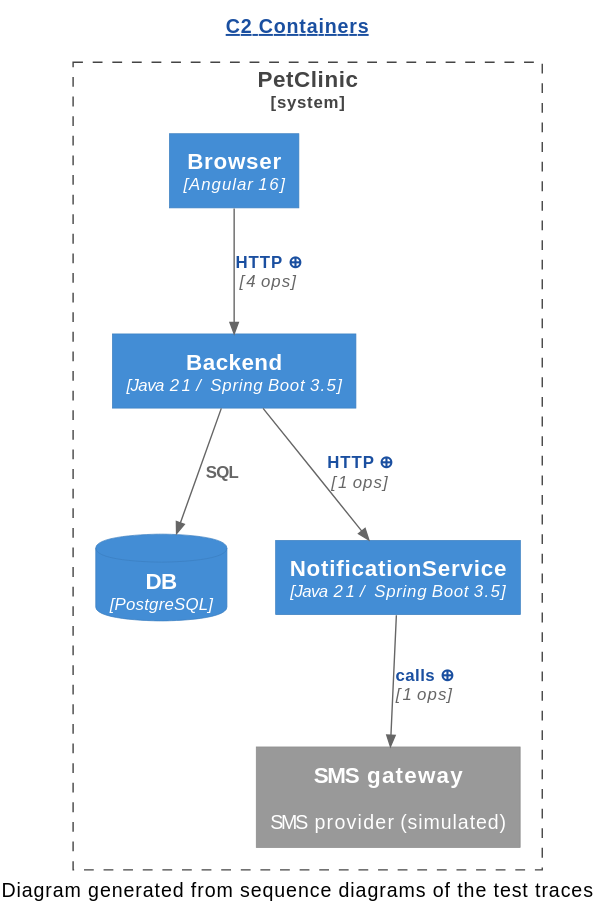
Before: demo/demo2/assets/c2/C2-Containers.new.svg, a diagram exported from PlantUML (Winandvdb/human-review). The source it was exported from:
```plantuml
@startuml
!include <C4/C4_Container>
HIDE_STEREOTYPE()
skinparam hyperlinkUnderline false
skinparam hyperlinkColor #1A4FA0
title [[https://c4model.com/diagrams/container{What is a C2 diagram?} C2 Containers]]
System_Boundary(c2_system, "PetClinic") {
  Container(Backend, "Backend", "Java 21 / Spring Boot 3.5", "")
  Container(Browser, "Browser", "Angular 16", "")
  ContainerDb(DB, "DB", "PostgreSQL", "")
  Container(NotificationService, "NotificationService", "Java 21 / Spring Boot 3.5", "")
  System_Ext(SMS_gateway, "SMS gateway", "SMS provider (simulated)", "")
}
Rel(Backend, DB, "SQL", "")
Rel(Backend, NotificationService, "[[genseq://c2-279a196c9d{Click for the calls behind this line} HTTP ⊕]]", "1 ops")
Rel(Browser, Backend, "[[genseq://c2-43d2943456{Click for the calls behind this line} HTTP ⊕]]", "4 ops")
Rel(NotificationService, SMS_gateway, "[[genseq://c2-cb01a30b7a{Click for the calls behind this line} calls ⊕]]", "1 ops")
caption Diagram generated from sequence diagrams of the test traces
@enduml
```
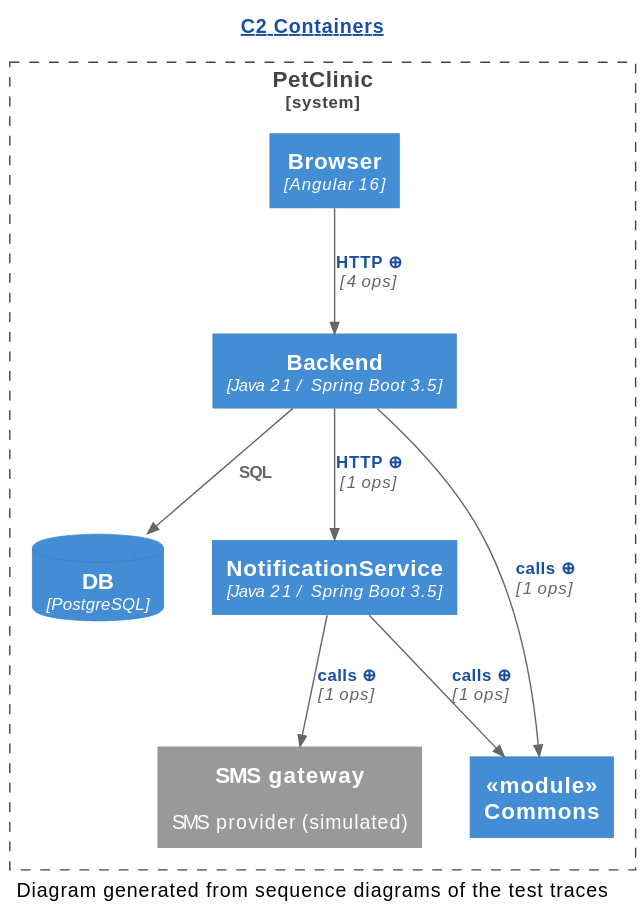
Later version of the same file.

What changed in the source:
```diff
@@ -10,10 +10,13 @@
   ContainerDb(DB, "DB", "PostgreSQL", "")
   Container(NotificationService, "NotificationService", "Java 21 / Spring Boot 3.5", "")
   System_Ext(SMS_gateway, "SMS gateway", "SMS provider (simulated)", "")
+  Container(_module__nCommons, "«module»\nCommons", "", "")
 }
 Rel(Backend, DB, "SQL", "")
 Rel(Backend, NotificationService, "[[genseq://c2-279a196c9d{Click for the calls behind this line} HTTP ⊕]]", "1 ops")
+Rel(Backend, _module__nCommons, "[[genseq://c2-103d57f8db{Click for the calls behind this line} calls ⊕]]", "1 ops")
 Rel(Browser, Backend, "[[genseq://c2-43d2943456{Click for the calls behind this line} HTTP ⊕]]", "4 ops")
 Rel(NotificationService, SMS_gateway, "[[genseq://c2-cb01a30b7a{Click for the calls behind this line} calls ⊕]]", "1 ops")
+Rel(NotificationService, _module__nCommons, "[[genseq://c2-e128eb6ba0{Click for the calls behind this line} calls ⊕]]", "1 ops")
 caption Diagram generated from sequence diagrams of the test traces
 @enduml
```
